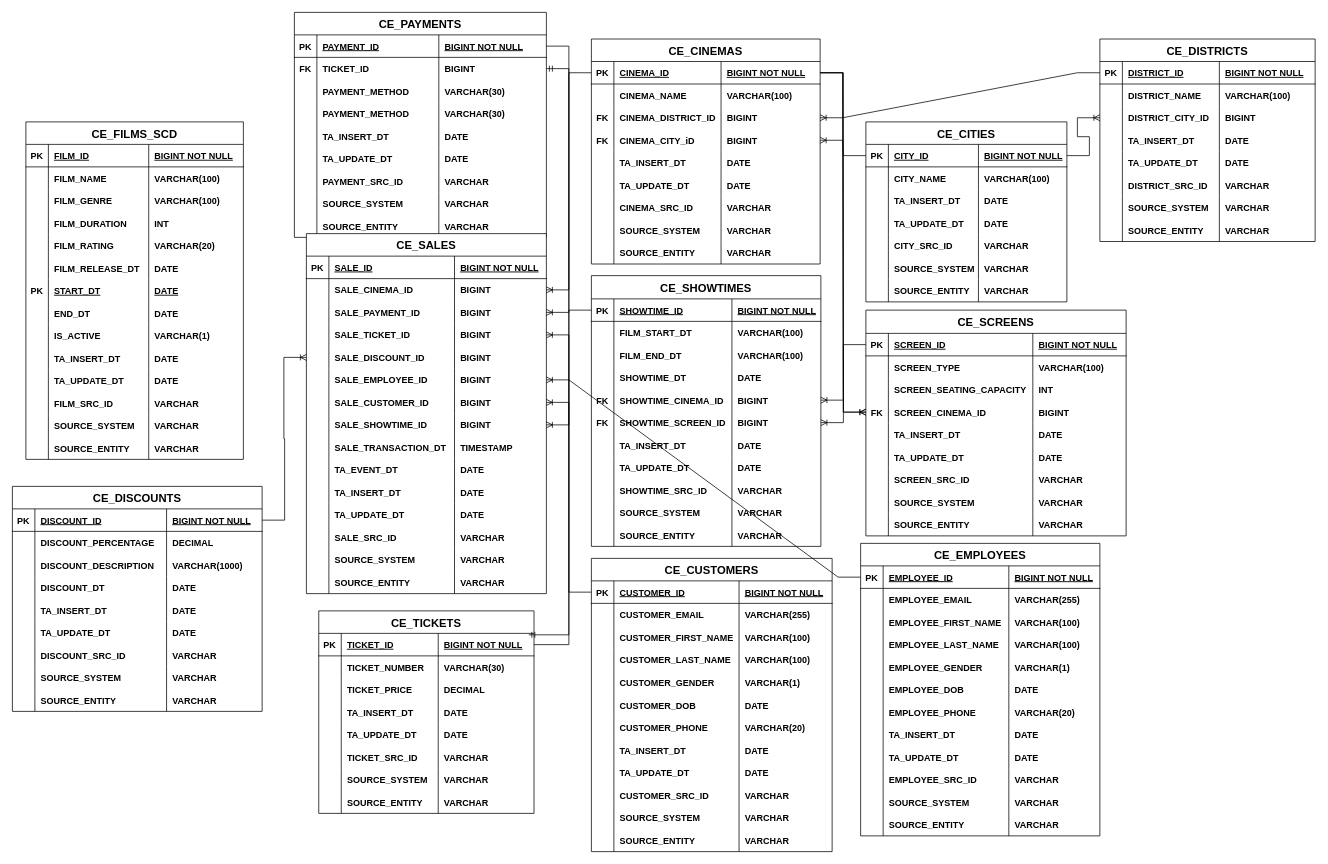
Earlier version of the draw.io diagram ticket_sales_3NF.drawio (GiorgiEz/DB-modeling). Source tidied: cells renumbered, new cells numbered last; positions are measured from the earlier drawing's top-left corner, leaving out a move shared by most shapes. Both pictures are drawn from the tidied source at 75%, with x=0, y=0 at pixel (12, 12).
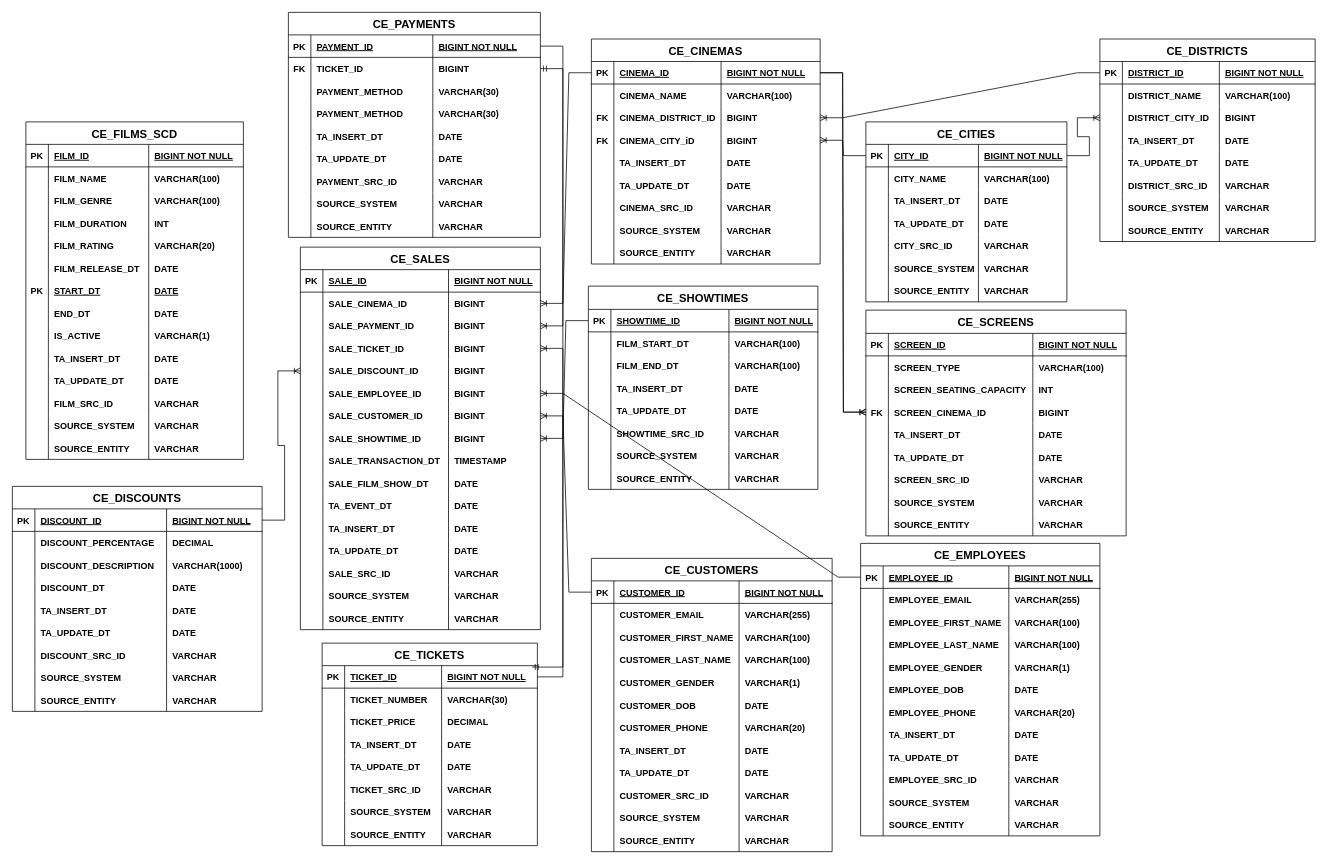
The same diagram, later.

Unchanged cells that the change refers to:
```xml
<mxCell id="60" style="shape=partialRectangle;fillColor=none;points=[[0,0.5],[1,0.5]];portConstraint=eastwest;top=0;left=0;right=0;bottom=1;" parent="59" vertex="1">
  <mxGeometry y="30" width="305" height="30" as="geometry" />
</mxCell>
<mxCell id="97" style="shape=partialRectangle;fillColor=none;points=[[0,0.5],[1,0.5]];portConstraint=eastwest;top=0;left=0;right=0;bottom=1;" parent="96" vertex="1">
  <mxGeometry y="31" width="347" height="30" as="geometry" />
</mxCell>
```

Diff of the diagram source:
```diff
@@
     <mxCell id="170" value="CE_TICKETS" style="shape=table;startSize=30;childLayout=tableLayout;rowLines=0;fontStyle=1;align=center;fontSize=15;" parent="1" vertex="1">
-      <mxGeometry x="408.5" y="798" width="287" height="270" as="geometry" />
+      <mxGeometry x="413" y="841" width="287" height="270" as="geometry" />
     </mxCell>
@@
     <mxCell id="203" value="CE_PAYMENTS" style="shape=table;startSize=30;childLayout=tableLayout;rowLines=0;fontStyle=1;align=center;fontSize=15;" parent="1" vertex="1">
-      <mxGeometry x="376" width="336" height="300" as="geometry" />
+      <mxGeometry x="368" width="336" height="300" as="geometry" />
     </mxCell>
@@
     <mxCell id="338" value="CE_SALES" style="shape=table;startSize=30;childLayout=tableLayout;rowLines=0;fontStyle=1;align=center;fontSize=15;" parent="1" vertex="1">
-      <mxGeometry x="392" y="295" width="320" height="480" as="geometry" />
+      <mxGeometry x="384" y="313" width="320" height="510" as="geometry" />
     </mxCell>
@@
+    <mxCell id="521" style="shape=partialRectangle;fillColor=none;top=0;left=0;right=0;bottom=0;" parent="338" vertex="1">
+      <mxGeometry y="300" width="320" height="30" as="geometry" />
+    </mxCell>
+    <mxCell id="484" style="shape=partialRectangle;overflow=hidden;fillColor=none;top=0;left=0;bottom=0;right=0;" parent="521" vertex="1">
+      <mxGeometry width="30" height="30" as="geometry" />
+    </mxCell>
+    <mxCell id="522" value="SALE_FILM_SHOW_DT" style="shape=partialRectangle;overflow=hidden;fillColor=none;top=0;left=0;bottom=0;right=0;align=left;spacingLeft=6;fontStyle=1;" parent="521" vertex="1">
+      <mxGeometry x="30" width="167.5" height="30" as="geometry" />
+    </mxCell>
+    <mxCell id="486" value="DATE" style="shape=partialRectangle;overflow=hidden;fillColor=none;top=0;left=0;bottom=0;right=0;align=left;spacingLeft=6;fontStyle=1;" parent="521" vertex="1">
+      <mxGeometry x="197.5" width="122.5" height="30" as="geometry" />
+    </mxCell>
     <mxCell id="375" style="shape=partialRectangle;fillColor=none;top=0;left=0;right=0;bottom=0;" parent="338" vertex="1">
-      <mxGeometry y="300" width="320" height="30" as="geometry" />
+      <mxGeometry y="330" width="320" height="30" as="geometry" />
     </mxCell>
@@
     <mxCell id="379" style="shape=partialRectangle;fillColor=none;top=0;left=0;right=0;bottom=0;" parent="338" vertex="1">
-      <mxGeometry y="330" width="320" height="30" as="geometry" />
+      <mxGeometry y="360" width="320" height="30" as="geometry" />
     </mxCell>
@@
     <mxCell id="383" style="shape=partialRectangle;fillColor=none;top=0;left=0;right=0;bottom=0;" parent="338" vertex="1">
-      <mxGeometry y="360" width="320" height="30" as="geometry" />
+      <mxGeometry y="390" width="320" height="30" as="geometry" />
     </mxCell>
@@
     <mxCell id="387" style="shape=partialRectangle;fillColor=none;top=0;left=0;right=0;bottom=0;" parent="338" vertex="1">
-      <mxGeometry y="390" width="320" height="30" as="geometry" />
+      <mxGeometry y="420" width="320" height="30" as="geometry" />
     </mxCell>
@@
     <mxCell id="391" style="shape=partialRectangle;fillColor=none;top=0;left=0;right=0;bottom=0;" parent="338" vertex="1">
-      <mxGeometry y="420" width="320" height="30" as="geometry" />
+      <mxGeometry y="450" width="320" height="30" as="geometry" />
     </mxCell>
@@
     <mxCell id="395" style="shape=partialRectangle;fillColor=none;top=0;left=0;right=0;bottom=0;" parent="338" vertex="1">
-      <mxGeometry y="450" width="320" height="30" as="geometry" />
+      <mxGeometry y="480" width="320" height="30" as="geometry" />
     </mxCell>
@@
     <mxCell id="470" value="CE_SHOWTIMES" style="shape=table;startSize=31;childLayout=tableLayout;rowLines=0;fontStyle=1;align=center;fontSize=15;" parent="1" vertex="1">
-      <mxGeometry x="772" y="351" width="306" height="361" as="geometry" />
+      <mxGeometry x="768" y="365" width="306" height="271" as="geometry" />
     </mxCell>
@@
-    <mxCell id="483" style="shape=partialRectangle;fillColor=none;top=0;left=0;right=0;bottom=0;" parent="470" vertex="1">
-      <mxGeometry y="121" width="306" height="30" as="geometry" />
-    </mxCell>
-    <mxCell id="484" style="shape=partialRectangle;overflow=hidden;fillColor=none;top=0;left=0;bottom=0;right=0;" parent="483" vertex="1">
-      <mxGeometry width="30" height="30" as="geometry" />
-    </mxCell>
-    <mxCell id="485" value="SHOWTIME_DT" style="shape=partialRectangle;overflow=hidden;fillColor=none;top=0;left=0;bottom=0;right=0;align=left;spacingLeft=6;fontStyle=1;" parent="483" vertex="1">
-      <mxGeometry x="30" width="157.4" height="30" as="geometry" />
-    </mxCell>
-    <mxCell id="486" value="DATE" style="shape=partialRectangle;overflow=hidden;fillColor=none;top=0;left=0;bottom=0;right=0;align=left;spacingLeft=6;fontStyle=1;" parent="483" vertex="1">
-      <mxGeometry x="187.4" width="118.6" height="30" as="geometry" />
-    </mxCell>
-    <mxCell id="487" style="shape=partialRectangle;fillColor=none;points=[[0,0.5],[1,0.5]];portConstraint=eastwest;top=0;left=0;right=0;bottom=0;" parent="470" vertex="1">
-      <mxGeometry y="151" width="306" height="30" as="geometry" />
-    </mxCell>
-    <mxCell id="488" value="FK" style="shape=partialRectangle;overflow=hidden;fillColor=none;top=0;left=0;bottom=0;right=0;fontStyle=1;" parent="487" vertex="1">
-      <mxGeometry width="30" height="30" as="geometry" />
-    </mxCell>
-    <mxCell id="489" value="SHOWTIME_CINEMA_ID" style="shape=partialRectangle;overflow=hidden;fillColor=none;top=0;left=0;bottom=0;right=0;align=left;spacingLeft=6;fontStyle=1;" parent="487" vertex="1">
-      <mxGeometry x="30" width="157.4" height="30" as="geometry" />
-    </mxCell>
-    <mxCell id="490" value="BIGINT" style="shape=partialRectangle;overflow=hidden;fillColor=none;top=0;left=0;bottom=0;right=0;align=left;spacingLeft=6;fontStyle=1;" parent="487" vertex="1">
-      <mxGeometry x="187.4" width="118.6" height="30" as="geometry" />
-    </mxCell>
-    <mxCell id="491" style="shape=partialRectangle;fillColor=none;points=[[0,0.5],[1,0.5]];portConstraint=eastwest;top=0;left=0;right=0;bottom=0;" parent="470" vertex="1">
-      <mxGeometry y="181" width="306" height="30" as="geometry" />
-    </mxCell>
-    <mxCell id="492" value="FK" style="shape=partialRectangle;overflow=hidden;fillColor=none;top=0;left=0;bottom=0;right=0;fontStyle=1;" parent="491" vertex="1">
-      <mxGeometry width="30" height="30" as="geometry" />
-    </mxCell>
-    <mxCell id="493" value="SHOWTIME_SCREEN_ID" style="shape=partialRectangle;overflow=hidden;fillColor=none;top=0;left=0;bottom=0;right=0;align=left;spacingLeft=6;fontStyle=1;" parent="491" vertex="1">
-      <mxGeometry x="30" width="157.4" height="30" as="geometry" />
-    </mxCell>
-    <mxCell id="494" value="BIGINT" style="shape=partialRectangle;overflow=hidden;fillColor=none;top=0;left=0;bottom=0;right=0;align=left;spacingLeft=6;fontStyle=1;" parent="491" vertex="1">
-      <mxGeometry x="187.4" width="118.6" height="30" as="geometry" />
-    </mxCell>
     <mxCell id="495" style="shape=partialRectangle;fillColor=none;top=0;left=0;right=0;bottom=0;" parent="470" vertex="1">
-      <mxGeometry y="211" width="306" height="30" as="geometry" />
+      <mxGeometry y="121" width="306" height="30" as="geometry" />
     </mxCell>
@@
     <mxCell id="499" style="shape=partialRectangle;fillColor=none;top=0;left=0;right=0;bottom=0;" parent="470" vertex="1">
-      <mxGeometry y="241" width="306" height="30" as="geometry" />
+      <mxGeometry y="151" width="306" height="30" as="geometry" />
     </mxCell>
@@
     <mxCell id="503" style="shape=partialRectangle;fillColor=none;top=0;left=0;right=0;bottom=0;" parent="470" vertex="1">
-      <mxGeometry y="271" width="306" height="30" as="geometry" />
+      <mxGeometry y="181" width="306" height="30" as="geometry" />
     </mxCell>
@@
     <mxCell id="507" style="shape=partialRectangle;fillColor=none;top=0;left=0;right=0;bottom=0;" parent="470" vertex="1">
-      <mxGeometry y="301" width="306" height="30" as="geometry" />
+      <mxGeometry y="211" width="306" height="30" as="geometry" />
     </mxCell>
@@
     <mxCell id="511" style="shape=partialRectangle;fillColor=none;top=0;left=0;right=0;bottom=0;" parent="470" vertex="1">
-      <mxGeometry y="331" width="306" height="30" as="geometry" />
+      <mxGeometry y="241" width="306" height="30" as="geometry" />
     </mxCell>
@@
-    <mxCell id="515" style="edgeStyle=entityRelationEdgeStyle;fontSize=12;html=1;endArrow=ERoneToMany;rounded=0;" parent="1" edge="1" source="97" target="491">
-      <mxGeometry relative="1" as="geometry">
-        <Array as="points">
-          <mxPoint x="274" y="540" />
-          <mxPoint x="338" y="575" />
-          <mxPoint x="253" y="548" />
-          <mxPoint x="252" y="545" />
-        </Array>
-      </mxGeometry>
-    </mxCell>
@@
-    <mxCell id="519" style="edgeStyle=entityRelationEdgeStyle;fontSize=12;html=1;endArrow=ERoneToMany;rounded=0;exitX=1;exitY=0.5;exitDx=0;exitDy=0;" parent="1" edge="1" source="60" target="487">
-      <mxGeometry relative="1" as="geometry">
-        <Array as="points">
-          <mxPoint x="224" y="490" />
-          <mxPoint x="763" y="273" />
-          <mxPoint x="797" y="274" />
-          <mxPoint x="288" y="521" />
-          <mxPoint x="1109" y="257" />
-          <mxPoint x="288" y="525" />
-          <mxPoint x="1089" y="214" />
-          <mxPoint x="203" y="498" />
-          <mxPoint x="202" y="495" />
-        </Array>
-      </mxGeometry>
-    </mxCell>
```
